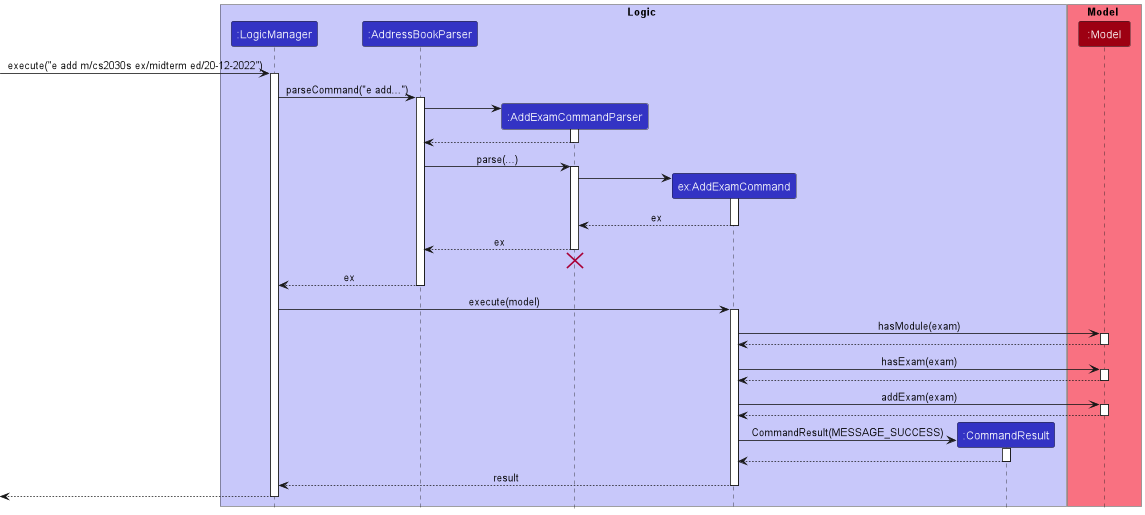
Above: docs/images/AddExamCommandSequenceDiagram.png in nus-cs2103-AY2223S1/tp (PlantUML), before the change.
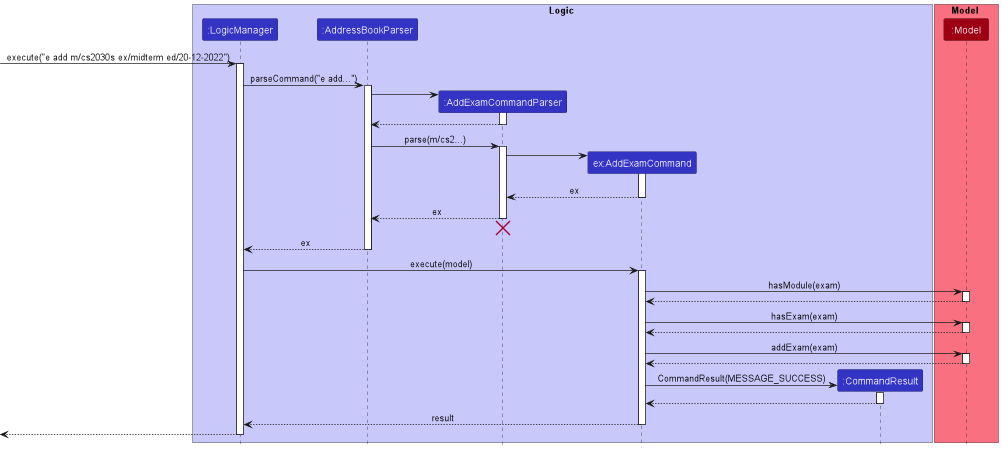
The same diagram one commit later.

Commit message:
Made some changes to the diagrams.

The edit, as a diff of the source:
```diff
@@ -26,7 +26,7 @@
 AddExamCommandParser --> AddressBookParser
 deactivate AddExamCommandParser
 
-AddressBookParser -> AddExamCommandParser: parse(...)
+AddressBookParser -> AddExamCommandParser: parse(m/cs2...)
 activate AddExamCommandParser
 
 create AddExamCommand
```
